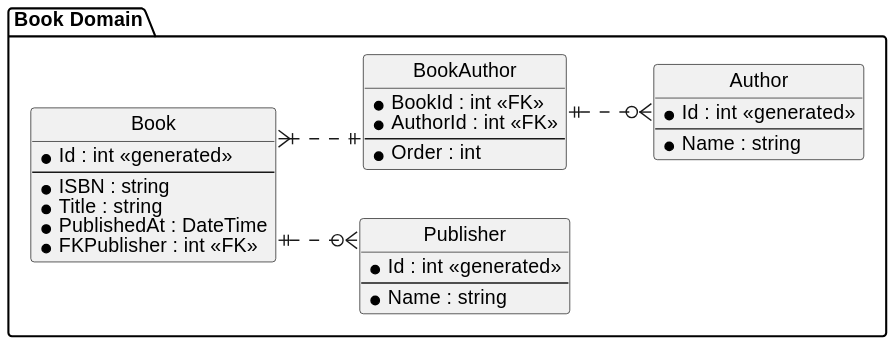
This is Diagrams/BookApi_ERModel.svg from nftug/BookApi, a PlantUML export, as it was before one commit. The source it was exported from:
```plantuml
@startuml BookApi_ERModel

hide method
hide circle
skinparam DefaultFontName Helvetica
skinparam linetype ortho
left to right direction

package "Book Domain" {
    entity Author {
        * Id : int <<generated>>
        --
        * Name : string
    }

    entity Publisher {
        * Id : int <<generated>>
        --
        * Name : string
    }

    entity Book {
        * Id : int <<generated>>
        --
        * ISBN : string
        * Title : string
        * PublishedAt : DateTime
        * FKPublisher : int <<FK>>
    }

    entity BookAuthor {
        * BookId : int <<FK>>
        * AuthorId : int <<FK>>
        --
        * Order : int
    }

    Book ||..o{ Publisher
    Book }|..|| BookAuthor
    BookAuthor ||..o{ Author
}
@enduml
```
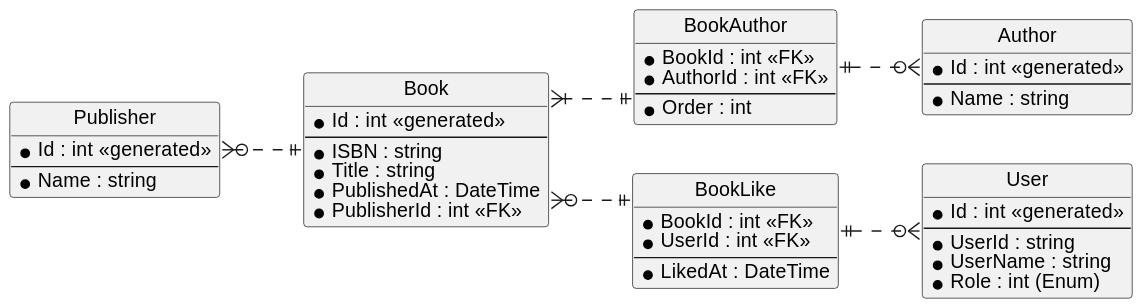
The same diagram one commit later.

Change to the diagram source:
```diff
@@ -6,37 +6,53 @@
 skinparam linetype ortho
 left to right direction
 
-package "Book Domain" {
-    entity Author {
-        * Id : int <<generated>>
-        --
-        * Name : string
-    }
+entity User {
+    * Id : int <<generated>>
+    --
+    * UserId : string
+    * UserName : string
+    * Role : int (Enum)
+}
 
-    entity Publisher {
-        * Id : int <<generated>>
-        --
-        * Name : string
-    }
+entity Author {
+    * Id : int <<generated>>
+    --
+    * Name : string
+}
 
-    entity Book {
-        * Id : int <<generated>>
-        --
-        * ISBN : string
-        * Title : string
-        * PublishedAt : DateTime
-        * FKPublisher : int <<FK>>
-    }
+entity Publisher {
+    * Id : int <<generated>>
+    --
+    * Name : string
+}
 
-    entity BookAuthor {
-        * BookId : int <<FK>>
-        * AuthorId : int <<FK>>
-        --
-        * Order : int
-    }
+entity Book {
+    * Id : int <<generated>>
+    --
+    * ISBN : string
+    * Title : string
+    * PublishedAt : DateTime
+    * PublisherId : int <<FK>>
+}
 
-    Book ||..o{ Publisher
-    Book }|..|| BookAuthor
-    BookAuthor ||..o{ Author
+entity BookAuthor {
+    * BookId : int <<FK>>
+    * AuthorId : int <<FK>>
+    --
+    * Order : int
 }
+
+entity BookLike {
+    * BookId : int <<FK>>
+    * UserId : int <<FK>>
+    --
+    * LikedAt : DateTime
+}
+
+Book ||.up.o{ Publisher
+Book }|..|| BookAuthor
+BookAuthor ||..o{ Author
+
+Book }o..|| BookLike
+BookLike ||..o{ User
 @enduml
```
